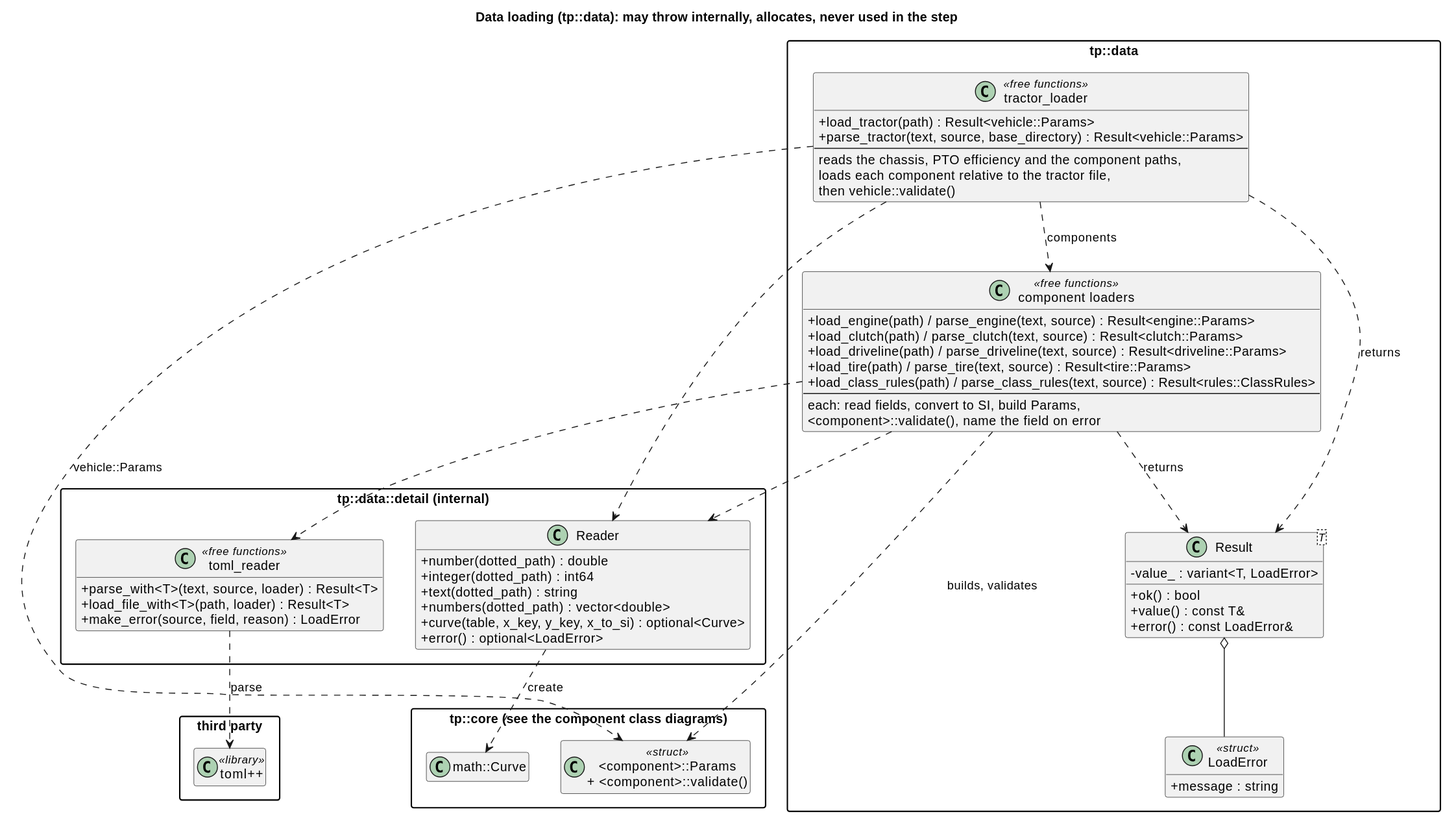
This is docs/diagrams/svg/data_io_classes.svg from wversteeg/TractorPulling, a PlantUML export, as it was before one commit.
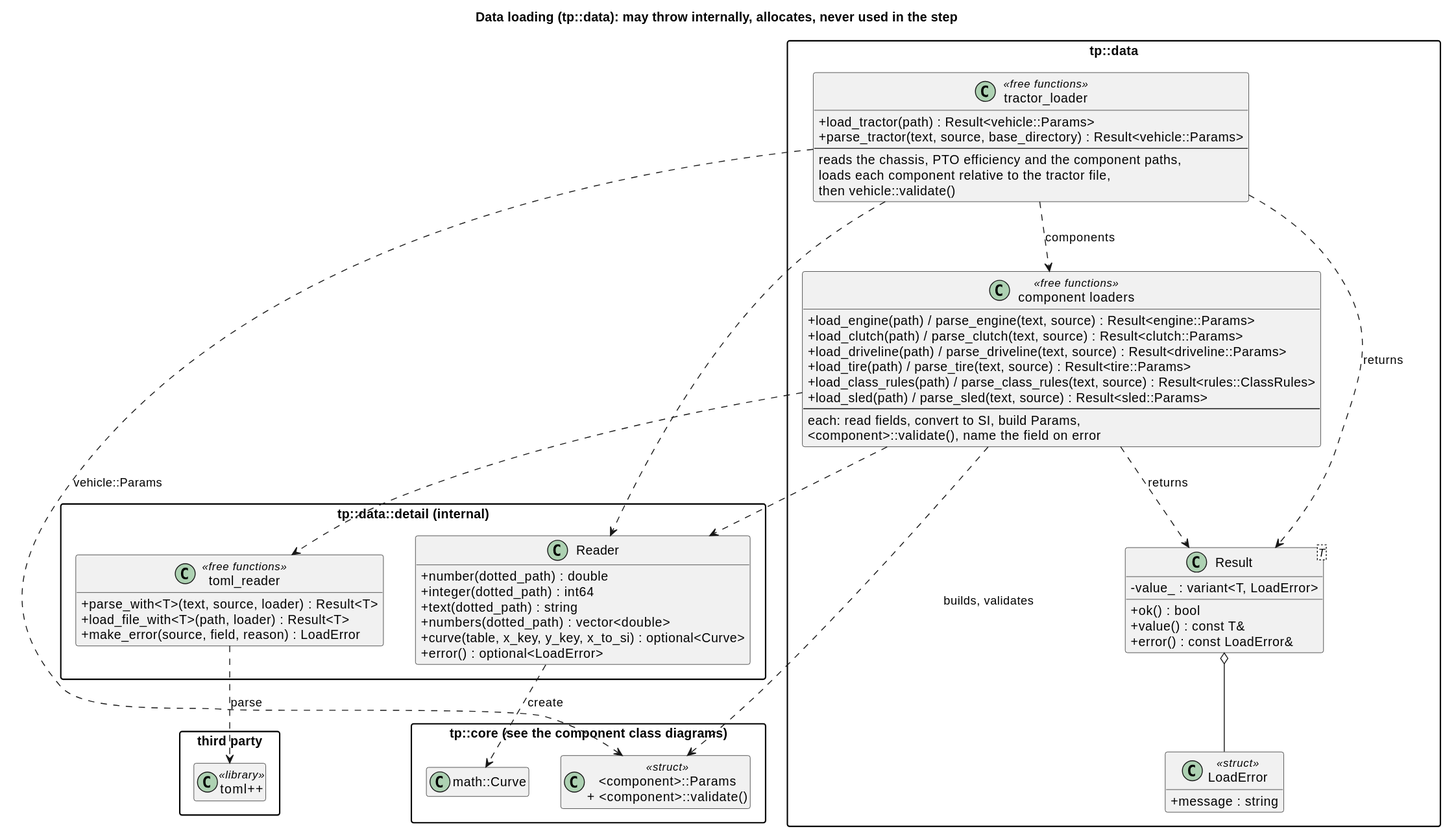
After the change.

What changed in the source:
```diff
@@ -21,6 +21,7 @@
     +load_driveline(path) / parse_driveline(text, source) : Result<driveline::Params>
     +load_tire(path) / parse_tire(text, source) : Result<tire::Params>
     +load_class_rules(path) / parse_class_rules(text, source) : Result<rules::ClassRules>
+    +load_sled(path) / parse_sled(text, source) : Result<sled::Params>
     --
     each: read fields, convert to SI, build Params,
     <component>::validate(), name the field on error
```
